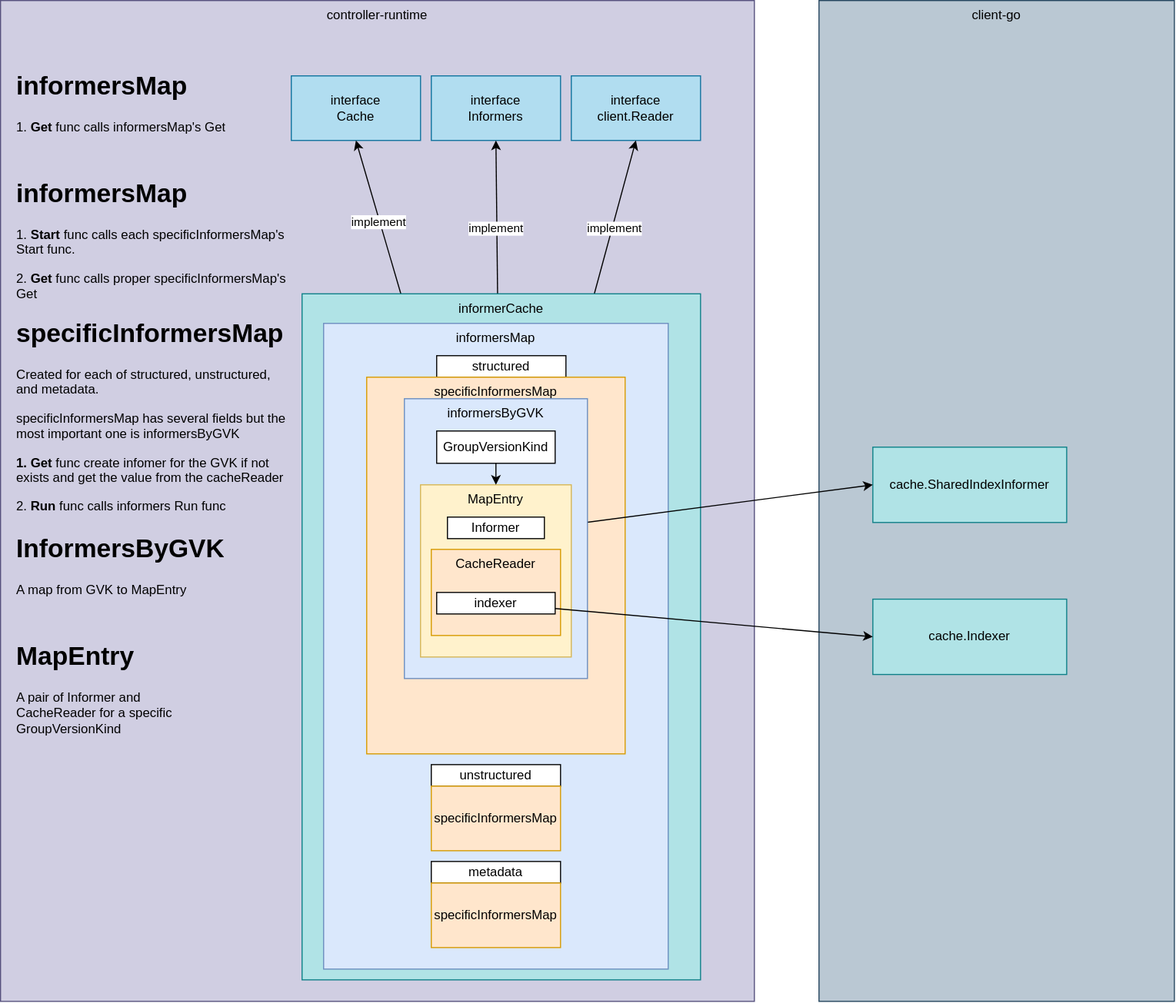
nakamasato/kubernetes-training keeps this draw.io diagram as contents/kubernetes-operator/controller-runtime/cache/diagram-2.drawio.svg. Above is the earlier version. Source tidied: cells renumbered, new cells last; positions are measured from the earlier drawing's top-left corner, leaving out a move shared by most shapes. The source it was exported from:
```xml
<mxGraphModel>
  <root>
    <mxCell id="0" />
    <mxCell id="1" parent="0" />
    <mxCell id="2" value="client-go" style="rounded=0;whiteSpace=wrap;html=1;verticalAlign=top;fillColor=#bac8d3;strokeColor=#23445d;" parent="1" vertex="1">
      <mxGeometry x="760" width="330" height="930" as="geometry" />
    </mxCell>
    <mxCell id="3" value="controller-runtime" style="rounded=0;whiteSpace=wrap;html=1;verticalAlign=top;fillColor=#d0cee2;strokeColor=#56517e;" parent="1" vertex="1">
      <mxGeometry width="700" height="930" as="geometry" />
    </mxCell>
    <mxCell id="4" value="cache.SharedIndexInformer" style="rounded=0;whiteSpace=wrap;html=1;verticalAlign=middle;fillColor=#b0e3e6;strokeColor=#0e8088;" parent="1" vertex="1">
      <mxGeometry x="810" y="415" width="180" height="70" as="geometry" />
    </mxCell>
    <mxCell id="5" value="cache.Indexer" style="rounded=0;whiteSpace=wrap;html=1;verticalAlign=middle;fillColor=#b0e3e6;strokeColor=#0e8088;" parent="1" vertex="1">
      <mxGeometry x="810" y="556.2" width="180" height="70" as="geometry" />
    </mxCell>
    <mxCell id="6" value="interface&lt;br&gt;Cache" style="rounded=0;whiteSpace=wrap;html=1;fillColor=#b1ddf0;strokeColor=#10739e;" parent="1" vertex="1">
      <mxGeometry x="270" y="70" width="120" height="60" as="geometry" />
    </mxCell>
    <mxCell id="7" value="interface&lt;br&gt;Informers" style="rounded=0;whiteSpace=wrap;html=1;fillColor=#b1ddf0;strokeColor=#10739e;" parent="1" vertex="1">
      <mxGeometry x="400" y="70" width="120" height="60" as="geometry" />
    </mxCell>
    <mxCell id="8" value="interface&lt;br&gt;client.Reader" style="rounded=0;whiteSpace=wrap;html=1;fillColor=#b1ddf0;strokeColor=#10739e;" parent="1" vertex="1">
      <mxGeometry x="530" y="70" width="120" height="60" as="geometry" />
    </mxCell>
    <mxCell id="9" style="edgeStyle=none;html=1;entryX=0.5;entryY=1;entryDx=0;entryDy=0;" parent="1" edge="1" source="18" target="7">
      <mxGeometry relative="1" as="geometry" />
    </mxCell>
    <mxCell id="10" value="implement" style="edgeLabel;html=1;align=center;verticalAlign=middle;" parent="9" vertex="1">
      <mxGeometry x="-0.14" y="1" relative="1" as="geometry" />
    </mxCell>
    <mxCell id="11" style="edgeStyle=none;html=1;entryX=0.5;entryY=1;entryDx=0;entryDy=0;" parent="1" edge="1" source="18" target="6">
      <mxGeometry relative="1" as="geometry" />
    </mxCell>
    <mxCell id="12" value="implement" style="edgeLabel;html=1;align=center;verticalAlign=middle;" parent="11" vertex="1">
      <mxGeometry x="-0.06" y="1" relative="1" as="geometry" />
    </mxCell>
    <mxCell id="13" style="edgeStyle=none;html=1;entryX=0.5;entryY=1;entryDx=0;entryDy=0;" parent="1" edge="1" source="18" target="8">
      <mxGeometry relative="1" as="geometry" />
    </mxCell>
    <mxCell id="14" value="implement" style="edgeLabel;html=1;align=center;verticalAlign=middle;" parent="13" vertex="1">
      <mxGeometry x="-0.13" y="-2" relative="1" as="geometry" />
    </mxCell>
    <mxCell id="15" value="&lt;h1&gt;MapEntry&lt;/h1&gt;&lt;p&gt;A pair of Informer and CacheReader for a specific GroupVersionKind&lt;/p&gt;" style="text;html=1;strokeColor=none;fillColor=none;spacing=5;spacingTop=-20;whiteSpace=wrap;overflow=hidden;rounded=0;" parent="1" vertex="1">
      <mxGeometry x="10" y="590" width="190" height="120" as="geometry" />
    </mxCell>
    <mxCell id="16" value="&lt;h1&gt;InformersByGVK&lt;/h1&gt;&lt;p&gt;A map from GVK to MapEntry&lt;/p&gt;" style="text;html=1;strokeColor=none;fillColor=none;spacing=5;spacingTop=-20;whiteSpace=wrap;overflow=hidden;rounded=0;" parent="1" vertex="1">
      <mxGeometry x="10" y="490" width="210" height="100" as="geometry" />
    </mxCell>
    <mxCell id="17" value="&lt;h1&gt;specificInformersMap&lt;/h1&gt;&lt;p&gt;Created for each of structured, unstructured, and metadata.&lt;/p&gt;&lt;p&gt;specificInformersMap has several fields but the most important one is informersByGVK&lt;/p&gt;&lt;p&gt;&lt;b&gt;1. Get&lt;/b&gt; func create infomer for the GVK if not exists and get the value from the cacheReader&lt;/p&gt;&lt;p&gt;2. &lt;b&gt;Run&lt;/b&gt; func calls informers Run func&lt;/p&gt;" style="text;html=1;strokeColor=none;fillColor=none;spacing=5;spacingTop=-20;whiteSpace=wrap;overflow=hidden;rounded=0;" parent="1" vertex="1">
      <mxGeometry x="10" y="290" width="260" height="190" as="geometry" />
    </mxCell>
    <mxCell id="18" value="informerCache" style="rounded=0;whiteSpace=wrap;html=1;verticalAlign=top;fillColor=#b0e3e6;strokeColor=#0e8088;" parent="1" vertex="1">
      <mxGeometry x="280" y="272.5" width="370" height="637.5" as="geometry" />
    </mxCell>
    <mxCell id="19" value="informersMap" style="rounded=0;whiteSpace=wrap;html=1;verticalAlign=top;fillColor=#dae8fc;strokeColor=#6c8ebf;" parent="1" vertex="1">
      <mxGeometry x="300" y="300" width="320" height="600" as="geometry" />
    </mxCell>
    <mxCell id="20" value="structured" style="rounded=0;whiteSpace=wrap;html=1;" parent="1" vertex="1">
      <mxGeometry x="405" y="330" width="120" height="20" as="geometry" />
    </mxCell>
    <mxCell id="21" value="specificInformersMap" style="rounded=0;whiteSpace=wrap;html=1;verticalAlign=top;fillColor=#ffe6cc;strokeColor=#d79b00;" parent="1" vertex="1">
      <mxGeometry x="340" y="350" width="240" height="350" as="geometry" />
    </mxCell>
    <mxCell id="22" style="group;" parent="1" vertex="1">
      <mxGeometry x="400" y="710" width="120" height="80" as="geometry" />
    </mxCell>
    <mxCell id="23" value="unstructured" style="rounded=0;whiteSpace=wrap;html=1;" parent="22" vertex="1">
      <mxGeometry width="120" height="20" as="geometry" />
    </mxCell>
    <mxCell id="24" value="specificInformersMap" style="rounded=0;whiteSpace=wrap;html=1;fillColor=#ffe6cc;strokeColor=#d79b00;" parent="22" vertex="1">
      <mxGeometry y="20" width="120" height="60" as="geometry" />
    </mxCell>
    <mxCell id="25" style="group;" parent="1" vertex="1">
      <mxGeometry x="400" y="800" width="120" height="80" as="geometry" />
    </mxCell>
    <mxCell id="26" value="metadata" style="rounded=0;whiteSpace=wrap;html=1;" parent="25" vertex="1">
      <mxGeometry width="120" height="20" as="geometry" />
    </mxCell>
    <mxCell id="27" value="specificInformersMap" style="rounded=0;whiteSpace=wrap;html=1;fillColor=#ffe6cc;strokeColor=#d79b00;" parent="25" vertex="1">
      <mxGeometry y="20" width="120" height="60" as="geometry" />
    </mxCell>
    <mxCell id="28" style="edgeStyle=none;html=1;entryX=0;entryY=0.5;entryDx=0;entryDy=0;exitX=1;exitY=0.5;exitDx=0;exitDy=0;" parent="1" edge="1" source="33" target="4">
      <mxGeometry relative="1" as="geometry" />
    </mxCell>
    <mxCell id="29" value="informersByGVK" style="rounded=0;whiteSpace=wrap;html=1;verticalAlign=top;fillColor=#dae8fc;strokeColor=#6c8ebf;" parent="1" vertex="1">
      <mxGeometry x="375" y="370" width="170" height="260" as="geometry" />
    </mxCell>
    <mxCell id="30" value="GroupVersionKind" style="rounded=0;whiteSpace=wrap;html=1;" parent="1" vertex="1">
      <mxGeometry x="405" y="400" width="110" height="30" as="geometry" />
    </mxCell>
    <mxCell id="31" value="MapEntry" style="rounded=0;whiteSpace=wrap;html=1;verticalAlign=top;fillColor=#fff2cc;strokeColor=#d6b656;" parent="1" vertex="1">
      <mxGeometry x="390" y="450" width="140" height="160" as="geometry" />
    </mxCell>
    <mxCell id="32" style="edgeStyle=none;html=1;" parent="1" edge="1" source="30" target="31">
      <mxGeometry relative="1" as="geometry" />
    </mxCell>
    <mxCell id="33" value="Informer" style="rounded=0;whiteSpace=wrap;html=1;" parent="1" vertex="1">
      <mxGeometry x="415" y="480" width="90" height="20" as="geometry" />
    </mxCell>
    <mxCell id="34" value="CacheReader" style="rounded=0;whiteSpace=wrap;html=1;verticalAlign=top;fillColor=#ffe6cc;strokeColor=#d79b00;" parent="1" vertex="1">
      <mxGeometry x="400" y="510" width="120" height="80" as="geometry" />
    </mxCell>
    <mxCell id="35" value="indexer" style="rounded=0;whiteSpace=wrap;html=1;" parent="1" vertex="1">
      <mxGeometry x="405" y="550" width="110" height="20" as="geometry" />
    </mxCell>
    <mxCell id="36" style="edgeStyle=none;html=1;entryX=0;entryY=0.5;entryDx=0;entryDy=0;" parent="1" edge="1" source="35" target="5">
      <mxGeometry relative="1" as="geometry" />
    </mxCell>
    <mxCell id="37" value="&lt;h1&gt;informersMap&lt;/h1&gt;&lt;p&gt;1. &lt;b&gt;Start&lt;/b&gt; func calls each specificInformersMap's Start func.&lt;/p&gt;&lt;p&gt;2. &lt;b&gt;Get&lt;/b&gt; func calls proper specificInformersMap's Get&lt;/p&gt;" style="text;html=1;strokeColor=none;fillColor=none;spacing=5;spacingTop=-20;whiteSpace=wrap;overflow=hidden;rounded=0;" parent="1" vertex="1">
      <mxGeometry x="10" y="160" width="260" height="140" as="geometry" />
    </mxCell>
    <mxCell id="38" value="&lt;h1&gt;informersMap&lt;/h1&gt;&lt;p&gt;&lt;span&gt;1. &lt;/span&gt;&lt;b&gt;Get&lt;/b&gt;&lt;span&gt; func calls informersMap's Get&lt;/span&gt;&lt;br&gt;&lt;/p&gt;" style="text;html=1;strokeColor=none;fillColor=none;spacing=5;spacingTop=-20;whiteSpace=wrap;overflow=hidden;rounded=0;" parent="1" vertex="1">
      <mxGeometry x="10" y="60" width="250" height="80" as="geometry" />
    </mxCell>
  </root>
</mxGraphModel>
```
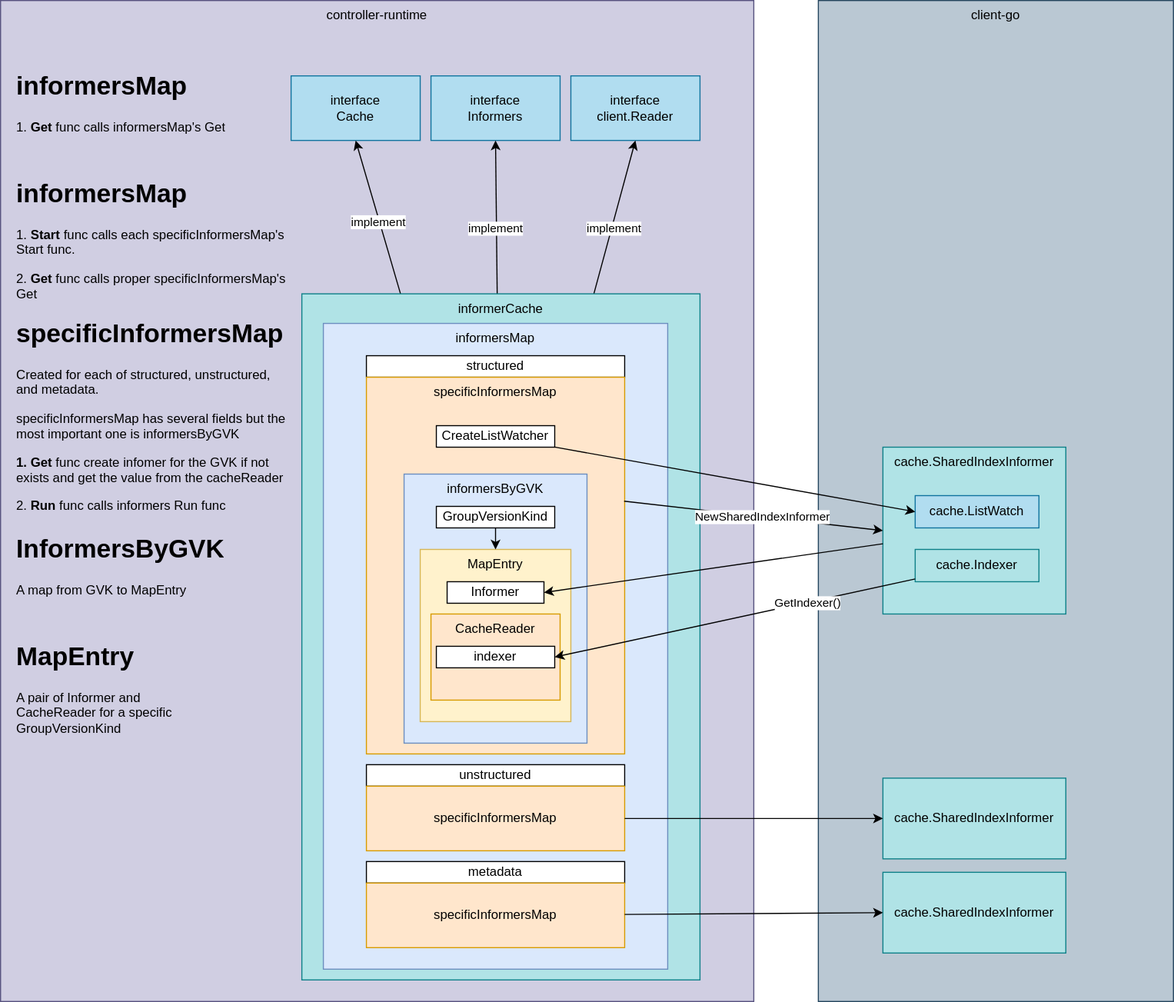
After the change.

Commit message:
docs: controller-runtime cache (#203)

The edit, as a diff of the source:
```diff
@@ -8,11 +8,11 @@
     <mxCell id="3" value="controller-runtime" style="rounded=0;whiteSpace=wrap;html=1;verticalAlign=top;fillColor=#d0cee2;strokeColor=#56517e;" parent="1" vertex="1">
       <mxGeometry width="700" height="930" as="geometry" />
     </mxCell>
-    <mxCell id="4" value="cache.SharedIndexInformer" style="rounded=0;whiteSpace=wrap;html=1;verticalAlign=middle;fillColor=#b0e3e6;strokeColor=#0e8088;" parent="1" vertex="1">
-      <mxGeometry x="810" y="415" width="180" height="70" as="geometry" />
+    <mxCell id="4" value="cache.SharedIndexInformer" style="rounded=0;whiteSpace=wrap;html=1;verticalAlign=top;fillColor=#b0e3e6;strokeColor=#0e8088;" parent="1" vertex="1">
+      <mxGeometry x="820" y="415" width="170" height="155" as="geometry" />
     </mxCell>
     <mxCell id="5" value="cache.Indexer" style="rounded=0;whiteSpace=wrap;html=1;verticalAlign=middle;fillColor=#b0e3e6;strokeColor=#0e8088;" parent="1" vertex="1">
-      <mxGeometry x="810" y="556.2" width="180" height="70" as="geometry" />
+      <mxGeometry x="850" y="510" width="115" height="30" as="geometry" />
     </mxCell>
     <mxCell id="6" value="interface&lt;br&gt;Cache" style="rounded=0;whiteSpace=wrap;html=1;fillColor=#b1ddf0;strokeColor=#10739e;" parent="1" vertex="1">
       <mxGeometry x="270" y="70" width="120" height="60" as="geometry" />
@@ -57,61 +57,91 @@
       <mxGeometry x="300" y="300" width="320" height="600" as="geometry" />
     </mxCell>
     <mxCell id="20" value="structured" style="rounded=0;whiteSpace=wrap;html=1;" parent="1" vertex="1">
-      <mxGeometry x="405" y="330" width="120" height="20" as="geometry" />
+      <mxGeometry x="340" y="330" width="240" height="20" as="geometry" />
     </mxCell>
     <mxCell id="21" value="specificInformersMap" style="rounded=0;whiteSpace=wrap;html=1;verticalAlign=top;fillColor=#ffe6cc;strokeColor=#d79b00;" parent="1" vertex="1">
       <mxGeometry x="340" y="350" width="240" height="350" as="geometry" />
     </mxCell>
     <mxCell id="22" style="group;" parent="1" vertex="1">
-      <mxGeometry x="400" y="710" width="120" height="80" as="geometry" />
+      <mxGeometry x="400" y="710" width="180" height="80" as="geometry" />
     </mxCell>
     <mxCell id="23" value="unstructured" style="rounded=0;whiteSpace=wrap;html=1;" parent="22" vertex="1">
-      <mxGeometry width="120" height="20" as="geometry" />
+      <mxGeometry x="-60" width="240" height="20" as="geometry" />
     </mxCell>
     <mxCell id="24" value="specificInformersMap" style="rounded=0;whiteSpace=wrap;html=1;fillColor=#ffe6cc;strokeColor=#d79b00;" parent="22" vertex="1">
-      <mxGeometry y="20" width="120" height="60" as="geometry" />
+      <mxGeometry x="-60" y="20" width="240" height="60" as="geometry" />
     </mxCell>
     <mxCell id="25" style="group;" parent="1" vertex="1">
-      <mxGeometry x="400" y="800" width="120" height="80" as="geometry" />
+      <mxGeometry x="400" y="800" width="180" height="80" as="geometry" />
     </mxCell>
     <mxCell id="26" value="metadata" style="rounded=0;whiteSpace=wrap;html=1;" parent="25" vertex="1">
-      <mxGeometry width="120" height="20" as="geometry" />
+      <mxGeometry x="-60" width="240" height="20" as="geometry" />
     </mxCell>
     <mxCell id="27" value="specificInformersMap" style="rounded=0;whiteSpace=wrap;html=1;fillColor=#ffe6cc;strokeColor=#d79b00;" parent="25" vertex="1">
-      <mxGeometry y="20" width="120" height="60" as="geometry" />
+      <mxGeometry x="-60" y="20" width="240" height="60" as="geometry" />
     </mxCell>
-    <mxCell id="28" style="edgeStyle=none;html=1;entryX=0;entryY=0.5;entryDx=0;entryDy=0;exitX=1;exitY=0.5;exitDx=0;exitDy=0;" parent="1" edge="1" source="33" target="4">
-      <mxGeometry relative="1" as="geometry" />
-    </mxCell>
     <mxCell id="29" value="informersByGVK" style="rounded=0;whiteSpace=wrap;html=1;verticalAlign=top;fillColor=#dae8fc;strokeColor=#6c8ebf;" parent="1" vertex="1">
-      <mxGeometry x="375" y="370" width="170" height="260" as="geometry" />
+      <mxGeometry x="375" y="440" width="170" height="250" as="geometry" />
     </mxCell>
     <mxCell id="30" value="GroupVersionKind" style="rounded=0;whiteSpace=wrap;html=1;" parent="1" vertex="1">
-      <mxGeometry x="405" y="400" width="110" height="30" as="geometry" />
+      <mxGeometry x="405" y="470" width="110" height="20" as="geometry" />
     </mxCell>
     <mxCell id="31" value="MapEntry" style="rounded=0;whiteSpace=wrap;html=1;verticalAlign=top;fillColor=#fff2cc;strokeColor=#d6b656;" parent="1" vertex="1">
-      <mxGeometry x="390" y="450" width="140" height="160" as="geometry" />
+      <mxGeometry x="390" y="510" width="140" height="160" as="geometry" />
     </mxCell>
     <mxCell id="32" style="edgeStyle=none;html=1;" parent="1" edge="1" source="30" target="31">
       <mxGeometry relative="1" as="geometry" />
     </mxCell>
     <mxCell id="33" value="Informer" style="rounded=0;whiteSpace=wrap;html=1;" parent="1" vertex="1">
-      <mxGeometry x="415" y="480" width="90" height="20" as="geometry" />
+      <mxGeometry x="415" y="540" width="90" height="20" as="geometry" />
     </mxCell>
     <mxCell id="34" value="CacheReader" style="rounded=0;whiteSpace=wrap;html=1;verticalAlign=top;fillColor=#ffe6cc;strokeColor=#d79b00;" parent="1" vertex="1">
-      <mxGeometry x="400" y="510" width="120" height="80" as="geometry" />
+      <mxGeometry x="400" y="570" width="120" height="80" as="geometry" />
     </mxCell>
     <mxCell id="35" value="indexer" style="rounded=0;whiteSpace=wrap;html=1;" parent="1" vertex="1">
-      <mxGeometry x="405" y="550" width="110" height="20" as="geometry" />
+      <mxGeometry x="405" y="600" width="110" height="20" as="geometry" />
     </mxCell>
-    <mxCell id="36" style="edgeStyle=none;html=1;entryX=0;entryY=0.5;entryDx=0;entryDy=0;" parent="1" edge="1" source="35" target="5">
-      <mxGeometry relative="1" as="geometry" />
-    </mxCell>
     <mxCell id="37" value="&lt;h1&gt;informersMap&lt;/h1&gt;&lt;p&gt;1. &lt;b&gt;Start&lt;/b&gt; func calls each specificInformersMap's Start func.&lt;/p&gt;&lt;p&gt;2. &lt;b&gt;Get&lt;/b&gt; func calls proper specificInformersMap's Get&lt;/p&gt;" style="text;html=1;strokeColor=none;fillColor=none;spacing=5;spacingTop=-20;whiteSpace=wrap;overflow=hidden;rounded=0;" parent="1" vertex="1">
       <mxGeometry x="10" y="160" width="260" height="140" as="geometry" />
     </mxCell>
     <mxCell id="38" value="&lt;h1&gt;informersMap&lt;/h1&gt;&lt;p&gt;&lt;span&gt;1. &lt;/span&gt;&lt;b&gt;Get&lt;/b&gt;&lt;span&gt; func calls informersMap's Get&lt;/span&gt;&lt;br&gt;&lt;/p&gt;" style="text;html=1;strokeColor=none;fillColor=none;spacing=5;spacingTop=-20;whiteSpace=wrap;overflow=hidden;rounded=0;" parent="1" vertex="1">
       <mxGeometry x="10" y="60" width="250" height="80" as="geometry" />
     </mxCell>
+    <mxCell id="39" value="cache.ListWatch" style="rounded=0;whiteSpace=wrap;html=1;verticalAlign=middle;fillColor=#b1ddf0;strokeColor=#10739e;" parent="1" vertex="1">
+      <mxGeometry x="850" y="460" width="115" height="30" as="geometry" />
+    </mxCell>
+    <mxCell id="28" style="edgeStyle=none;html=1;entryX=0;entryY=0.5;entryDx=0;entryDy=0;exitX=0.998;exitY=0.329;exitDx=0;exitDy=0;exitPerimeter=0;" parent="1" edge="1" source="21" target="4">
+      <mxGeometry relative="1" as="geometry" />
+    </mxCell>
+    <mxCell id="40" value="NewSharedIndexInformer" style="edgeLabel;html=1;align=center;verticalAlign=middle;" parent="28" vertex="1">
+      <mxGeometry x="0.07" relative="1" as="geometry" />
+    </mxCell>
+    <mxCell id="41" style="edgeStyle=none;html=1;entryX=0;entryY=0.5;entryDx=0;entryDy=0;" parent="1" edge="1" source="42" target="39">
+      <mxGeometry relative="1" as="geometry" />
+    </mxCell>
+    <mxCell id="42" value="CreateListWatcher" style="rounded=0;whiteSpace=wrap;html=1;" parent="1" vertex="1">
+      <mxGeometry x="405" y="395" width="110" height="20" as="geometry" />
+    </mxCell>
+    <mxCell id="43" style="edgeStyle=none;html=1;entryX=1;entryY=0.5;entryDx=0;entryDy=0;" parent="1" edge="1" source="4" target="33">
+      <mxGeometry relative="1" as="geometry" />
+    </mxCell>
+    <mxCell id="44" style="edgeStyle=none;html=1;entryX=1;entryY=0.5;entryDx=0;entryDy=0;" parent="1" edge="1" source="5" target="35">
+      <mxGeometry relative="1" as="geometry" />
+    </mxCell>
+    <mxCell id="45" value="GetIndexer()" style="edgeLabel;html=1;align=center;verticalAlign=middle;" parent="44" vertex="1">
+      <mxGeometry x="-0.4" y="1" relative="1" as="geometry" />
+    </mxCell>
+    <mxCell id="46" value="cache.SharedIndexInformer" style="rounded=0;whiteSpace=wrap;html=1;verticalAlign=middle;fillColor=#b0e3e6;strokeColor=#0e8088;" parent="1" vertex="1">
+      <mxGeometry x="820" y="722.5" width="170" height="75" as="geometry" />
+    </mxCell>
+    <mxCell id="47" style="edgeStyle=none;html=1;entryX=0;entryY=0.5;entryDx=0;entryDy=0;" parent="1" edge="1" source="24" target="46">
+      <mxGeometry relative="1" as="geometry" />
+    </mxCell>
+    <mxCell id="48" value="cache.SharedIndexInformer" style="rounded=0;whiteSpace=wrap;html=1;verticalAlign=middle;fillColor=#b0e3e6;strokeColor=#0e8088;" parent="1" vertex="1">
+      <mxGeometry x="820" y="810" width="170" height="75" as="geometry" />
+    </mxCell>
+    <mxCell id="49" style="edgeStyle=none;html=1;entryX=0;entryY=0.5;entryDx=0;entryDy=0;" parent="1" edge="1" source="27" target="48">
+      <mxGeometry relative="1" as="geometry" />
+    </mxCell>
   </root>
 </mxGraphModel>
```
